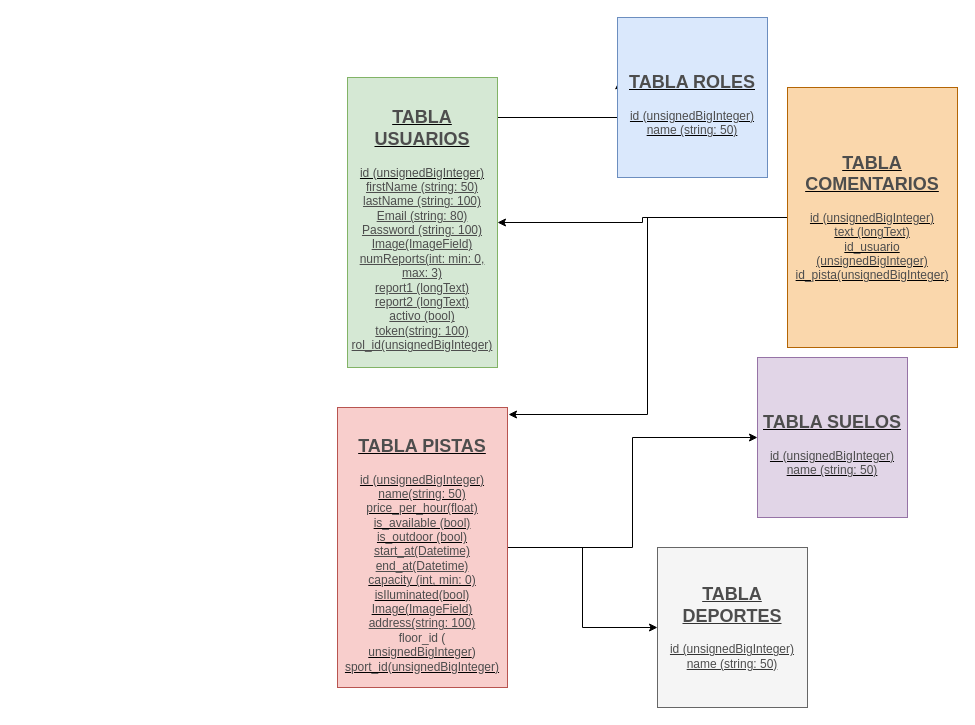
Earlier version of the draw.io diagram GestionPistas BBDD.drawio (jedahee/Laravel-Backend-Final-Project-Degree). Source tidied: cells renumbered, new cells numbered last; positions are measured from the earlier drawing's top-left corner, leaving out a move shared by most shapes. Both pictures are drawn from the tidied source at 100%, with x=0, y=0 at pixel (337, 17).
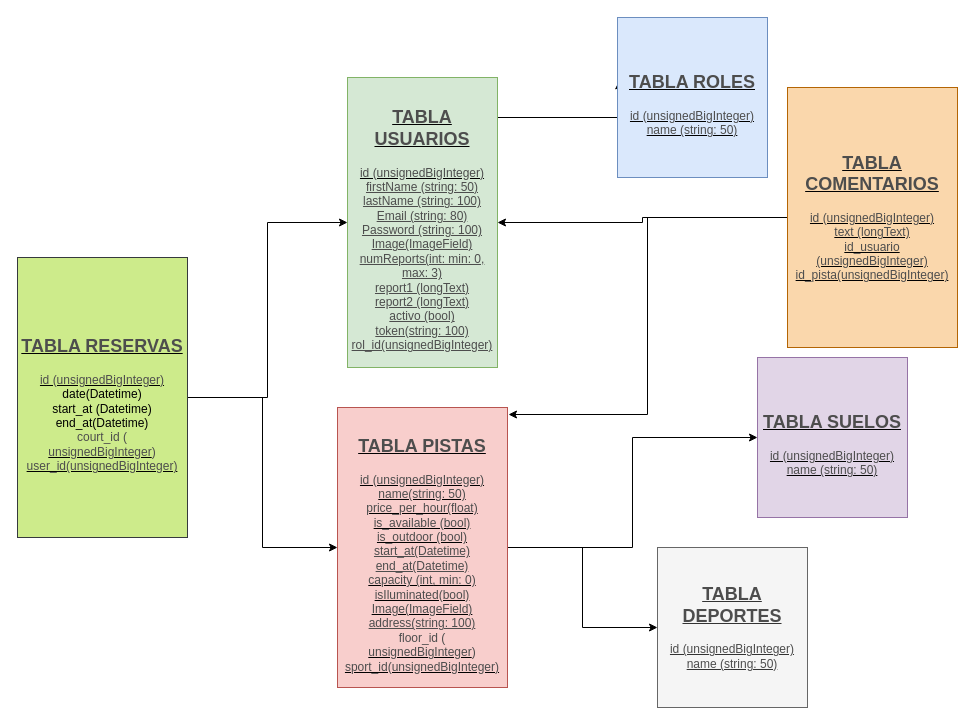
After the change.

What changed in the source:
```diff
@@
 <mxGraphModel>
   <root>
     <mxCell id="0" />
     <mxCell id="1" parent="0" />
     <mxCell id="2" style="edgeStyle=orthogonalEdgeStyle;rounded=0;jettySize=auto;html=1;entryX=0.011;entryY=0.396;entryDx=0;entryDy=0;entryPerimeter=0;fontFamily=Helvetica;fontColor=#4D4D4D;" parent="1" edge="1" source="3" target="5">
       <mxGeometry relative="1" as="geometry">
         <Array as="points">
           <mxPoint x="150" y="100" />
           <mxPoint x="150" y="100" />
         </Array>
       </mxGeometry>
     </mxCell>
     <mxCell id="3" value="&lt;h2&gt;&lt;u&gt;&lt;font color=&quot;#4d4d4d&quot;&gt;TABLA USUARIOS&lt;/font&gt;&lt;/u&gt;&lt;/h2&gt;&lt;div&gt;&lt;u&gt;&lt;font color=&quot;#4d4d4d&quot;&gt;id (unsignedBigInteger)&lt;/font&gt;&lt;/u&gt;&lt;/div&gt;&lt;div&gt;&lt;font color=&quot;#4d4d4d&quot;&gt;&lt;u&gt;firstName (string: 50)&lt;/u&gt;&lt;/font&gt;&lt;/div&gt;&lt;div&gt;&lt;u style=&quot;color: rgb(77 , 77 , 77)&quot;&gt;lastName (string: 100)&lt;/u&gt;&lt;font color=&quot;#4d4d4d&quot;&gt;&lt;u&gt;&lt;br&gt;&lt;/u&gt;&lt;/font&gt;&lt;/div&gt;&lt;div&gt;&lt;u style=&quot;color: rgb(77 , 77 , 77)&quot;&gt;Email (string: 80)&lt;/u&gt;&lt;u style=&quot;color: rgb(77 , 77 , 77)&quot;&gt;&lt;br&gt;&lt;/u&gt;&lt;/div&gt;&lt;div&gt;&lt;u style=&quot;color: rgb(77 , 77 , 77)&quot;&gt;Password (string: 100)&lt;/u&gt;&lt;/div&gt;&lt;div&gt;&lt;u style=&quot;color: rgb(77 , 77 , 77)&quot;&gt;Image(ImageField)&lt;/u&gt;&lt;u style=&quot;color: rgb(77 , 77 , 77)&quot;&gt;&lt;br&gt;&lt;/u&gt;&lt;/div&gt;&lt;div&gt;&lt;u style=&quot;color: rgb(77 , 77 , 77)&quot;&gt;numReports(int: min: 0, max: 3)&lt;/u&gt;&lt;u style=&quot;color: rgb(77 , 77 , 77)&quot;&gt;&lt;br&gt;&lt;/u&gt;&lt;/div&gt;&lt;div&gt;&lt;u style=&quot;color: rgb(77 , 77 , 77)&quot;&gt;report1 (longText)&lt;/u&gt;&lt;u style=&quot;color: rgb(77 , 77 , 77)&quot;&gt;&lt;br&gt;&lt;/u&gt;&lt;/div&gt;&lt;div&gt;&lt;u style=&quot;color: rgb(77 , 77 , 77)&quot;&gt;report2 (longText)&lt;/u&gt;&lt;u style=&quot;color: rgb(77 , 77 , 77)&quot;&gt;&lt;br&gt;&lt;/u&gt;&lt;/div&gt;&lt;div&gt;&lt;u style=&quot;color: rgb(77 , 77 , 77)&quot;&gt;activo (bool)&lt;/u&gt;&lt;/div&gt;&lt;div&gt;&lt;u style=&quot;color: rgb(77 , 77 , 77)&quot;&gt;token(string: 100)&lt;/u&gt;&lt;/div&gt;&lt;div&gt;&lt;u style=&quot;color: rgb(77 , 77 , 77)&quot;&gt;rol_id(unsignedBigInteger)&lt;/u&gt;&lt;/div&gt;" style="rounded=0;whiteSpace=wrap;html=1;fillColor=#d5e8d4;strokeColor=#82b366;strokeWidth=1;perimeterSpacing=0;line-height:30px;" parent="1" vertex="1">
       <mxGeometry x="10" y="60" width="150" height="290" as="geometry" />
     </mxCell>
     <mxCell id="4" value="&lt;h2&gt;&lt;u&gt;&lt;font color=&quot;#4d4d4d&quot;&gt;TABLA SUELOS&lt;/font&gt;&lt;/u&gt;&lt;/h2&gt;&lt;div&gt;&lt;div&gt;&lt;u&gt;&lt;font color=&quot;#4d4d4d&quot;&gt;id (unsignedBigInteger)&lt;/font&gt;&lt;/u&gt;&lt;/div&gt;&lt;/div&gt;&lt;div&gt;&lt;u&gt;&lt;font color=&quot;#4d4d4d&quot;&gt;name (string: 50)&lt;/font&gt;&lt;/u&gt;&lt;u&gt;&lt;font color=&quot;#4d4d4d&quot;&gt;&lt;br&gt;&lt;/font&gt;&lt;/u&gt;&lt;/div&gt;" style="rounded=0;whiteSpace=wrap;html=1;fillColor=#e1d5e7;strokeColor=#9673a6;" parent="1" vertex="1">
       <mxGeometry x="420" y="340" width="150" height="160" as="geometry" />
     </mxCell>
     <mxCell id="5" value="&lt;h2&gt;&lt;u&gt;&lt;font color=&quot;#4d4d4d&quot;&gt;TABLA ROLES&lt;/font&gt;&lt;/u&gt;&lt;/h2&gt;&lt;div&gt;&lt;div&gt;&lt;u&gt;&lt;font color=&quot;#4d4d4d&quot;&gt;id (unsignedBigInteger)&lt;/font&gt;&lt;/u&gt;&lt;/div&gt;&lt;/div&gt;&lt;div&gt;&lt;u&gt;&lt;font color=&quot;#4d4d4d&quot;&gt;name (string: 50)&lt;/font&gt;&lt;/u&gt;&lt;/div&gt;" style="rounded=0;whiteSpace=wrap;html=1;fillColor=#dae8fc;strokeColor=#6c8ebf;" parent="1" vertex="1">
       <mxGeometry x="280" width="150" height="160" as="geometry" />
     </mxCell>
     <mxCell id="6" style="edgeStyle=orthogonalEdgeStyle;rounded=0;jettySize=auto;html=1;fontFamily=Helvetica;fontColor=#4D4D4D;" parent="1" edge="1" source="8" target="4">
       <mxGeometry relative="1" as="geometry" />
     </mxCell>
     <mxCell id="7" style="edgeStyle=orthogonalEdgeStyle;rounded=0;jettySize=auto;html=1;fontFamily=Helvetica;fontColor=#4D4D4D;" parent="1" edge="1" source="8" target="9">
       <mxGeometry relative="1" as="geometry" />
     </mxCell>
     <mxCell id="8" value="&lt;h2&gt;&lt;u&gt;&lt;font color=&quot;#4d4d4d&quot;&gt;TABLA PISTAS&lt;/font&gt;&lt;/u&gt;&lt;/h2&gt;&lt;div&gt;&lt;div&gt;&lt;u&gt;&lt;font color=&quot;#4d4d4d&quot;&gt;id (unsignedBigInteger)&lt;/font&gt;&lt;/u&gt;&lt;/div&gt;&lt;/div&gt;&lt;div&gt;&lt;u&gt;&lt;font color=&quot;#4d4d4d&quot;&gt;name(string: 50)&lt;/font&gt;&lt;/u&gt;&lt;/div&gt;&lt;div&gt;&lt;u&gt;&lt;font color=&quot;#4d4d4d&quot;&gt;price_per_hour(float)&lt;/font&gt;&lt;/u&gt;&lt;/div&gt;&lt;div&gt;&lt;u&gt;&lt;font color=&quot;#4d4d4d&quot;&gt;is_available (bool)&lt;/font&gt;&lt;/u&gt;&lt;/div&gt;&lt;div&gt;&lt;u&gt;&lt;font color=&quot;#4d4d4d&quot;&gt;is_outdoor (bool)&lt;/font&gt;&lt;/u&gt;&lt;/div&gt;&lt;div&gt;&lt;font color=&quot;#4d4d4d&quot;&gt;&lt;u&gt;start_at(Datetime)&lt;/u&gt;&lt;/font&gt;&lt;/div&gt;&lt;div&gt;&lt;u style=&quot;color: rgb(77 , 77 , 77)&quot;&gt;end_at(Datetime)&lt;/u&gt;&lt;font color=&quot;#4d4d4d&quot;&gt;&lt;u&gt;&lt;br&gt;&lt;/u&gt;&lt;/font&gt;&lt;/div&gt;&lt;div&gt;&lt;u&gt;&lt;font color=&quot;#4d4d4d&quot;&gt;capacity (int, min: 0)&lt;/font&gt;&lt;/u&gt;&lt;/div&gt;&lt;div&gt;&lt;u&gt;&lt;font color=&quot;#4d4d4d&quot;&gt;isIluminated(bool)&lt;/font&gt;&lt;/u&gt;&lt;/div&gt;&lt;div&gt;&lt;u&gt;&lt;font color=&quot;#4d4d4d&quot;&gt;Image(ImageField)&lt;/font&gt;&lt;/u&gt;&lt;/div&gt;&lt;div&gt;&lt;font color=&quot;#4d4d4d&quot;&gt;&lt;u&gt;address(string: 100)&lt;/u&gt;&lt;/font&gt;&lt;/div&gt;&lt;div&gt;&lt;font color=&quot;#4d4d4d&quot;&gt;floor_id (&lt;/font&gt;&lt;/div&gt;&lt;u&gt;&lt;font color=&quot;#4d4d4d&quot;&gt;unsignedBigInteger&lt;/font&gt;&lt;/u&gt;&lt;span style=&quot;color: rgb(77 , 77 , 77)&quot;&gt;)&lt;br&gt;&lt;/span&gt;&lt;u&gt;&lt;font color=&quot;#4d4d4d&quot;&gt;sport_id(unsignedBigInteger)&lt;br&gt;&lt;/font&gt;&lt;/u&gt;" style="rounded=0;whiteSpace=wrap;html=1;fillColor=#f8cecc;strokeColor=#b85450;" parent="1" vertex="1">
       <mxGeometry y="390" width="170" height="280" as="geometry" />
     </mxCell>
     <mxCell id="9" value="&lt;h2&gt;&lt;u&gt;&lt;font color=&quot;#4d4d4d&quot;&gt;TABLA DEPORTES&lt;/font&gt;&lt;/u&gt;&lt;/h2&gt;&lt;div&gt;&lt;div&gt;&lt;u&gt;&lt;font color=&quot;#4d4d4d&quot;&gt;id (unsignedBigInteger)&lt;/font&gt;&lt;/u&gt;&lt;/div&gt;&lt;/div&gt;&lt;div&gt;&lt;u&gt;&lt;font color=&quot;#4d4d4d&quot;&gt;name (string: 50)&lt;/font&gt;&lt;/u&gt;&lt;/div&gt;&lt;div&gt;&lt;u&gt;&lt;font color=&quot;#4d4d4d&quot;&gt;&lt;br&gt;&lt;/font&gt;&lt;/u&gt;&lt;/div&gt;" style="rounded=0;whiteSpace=wrap;html=1;fillColor=#f5f5f5;strokeColor=#666666;fontColor=#333333;" parent="1" vertex="1">
       <mxGeometry x="320" y="530" width="150" height="160" as="geometry" />
     </mxCell>
     <mxCell id="10" style="edgeStyle=orthogonalEdgeStyle;rounded=0;jettySize=auto;html=1;fontFamily=Helvetica;fontColor=#4D4D4D;" parent="1" edge="1" source="12" target="3">
       <mxGeometry relative="1" as="geometry" />
     </mxCell>
     <mxCell id="11" style="edgeStyle=orthogonalEdgeStyle;rounded=0;jettySize=auto;html=1;entryX=1.006;entryY=0.025;entryDx=0;entryDy=0;entryPerimeter=0;fontFamily=Helvetica;fontColor=#4D4D4D;" parent="1" edge="1" source="12" target="8">
       <mxGeometry relative="1" as="geometry" />
     </mxCell>
     <mxCell id="12" value="&lt;h2&gt;&lt;u&gt;&lt;font color=&quot;#4d4d4d&quot;&gt;TABLA COMENTARIOS&lt;/font&gt;&lt;/u&gt;&lt;/h2&gt;&lt;div&gt;&lt;u&gt;&lt;font color=&quot;#4d4d4d&quot;&gt;id (unsignedBigInteger)&lt;/font&gt;&lt;/u&gt;&lt;/div&gt;&lt;div&gt;&lt;u&gt;&lt;font color=&quot;#4d4d4d&quot;&gt;text (longText)&lt;/font&gt;&lt;/u&gt;&lt;/div&gt;&lt;div&gt;&lt;u&gt;&lt;font color=&quot;#4d4d4d&quot;&gt;id_usuario (unsignedBigInteger)&lt;/font&gt;&lt;/u&gt;&lt;u&gt;&lt;font color=&quot;#4d4d4d&quot;&gt;&lt;br&gt;&lt;/font&gt;&lt;/u&gt;&lt;/div&gt;&lt;div&gt;&lt;u&gt;&lt;font color=&quot;#4d4d4d&quot;&gt;id_pista(unsignedBigInteger)&lt;/font&gt;&lt;/u&gt;&lt;u&gt;&lt;font color=&quot;#4d4d4d&quot;&gt;&lt;br&gt;&lt;/font&gt;&lt;/u&gt;&lt;/div&gt;&lt;div&gt;&lt;br&gt;&lt;/div&gt;" style="rounded=0;whiteSpace=wrap;html=1;fillColor=#fad7ac;strokeColor=#b46504;strokeWidth=1;perimeterSpacing=0;line-height:30px;" parent="1" vertex="1">
       <mxGeometry x="450" y="70" width="170" height="260" as="geometry" />
     </mxCell>
+    <mxCell id="13" style="edgeStyle=orthogonalEdgeStyle;rounded=0;jettySize=auto;html=1;entryX=0;entryY=0.5;entryDx=0;entryDy=0;fontFamily=Helvetica;fontColor=#4D4D4D;" parent="1" edge="1" source="15" target="3">
+      <mxGeometry relative="1" as="geometry" />
+    </mxCell>
+    <mxCell id="14" style="edgeStyle=orthogonalEdgeStyle;rounded=0;jettySize=auto;html=1;fontFamily=Helvetica;fontColor=#4D4D4D;" parent="1" edge="1" source="15" target="8">
+      <mxGeometry relative="1" as="geometry" />
+    </mxCell>
+    <mxCell id="15" value="&lt;h2&gt;&lt;u&gt;&lt;font color=&quot;#4d4d4d&quot;&gt;TABLA RESERVAS&lt;/font&gt;&lt;/u&gt;&lt;/h2&gt;&lt;div&gt;&lt;div&gt;&lt;u&gt;&lt;font color=&quot;#4d4d4d&quot;&gt;id (unsignedBigInteger)&lt;/font&gt;&lt;/u&gt;&lt;/div&gt;&lt;/div&gt;&lt;div&gt;date(Datetime)&lt;/div&gt;&lt;div&gt;start_at (Datetime)&lt;/div&gt;&lt;div&gt;end_at(Datetime)&lt;/div&gt;&lt;div&gt;&lt;font color=&quot;#4d4d4d&quot;&gt;court_id (&lt;/font&gt;&lt;/div&gt;&lt;u&gt;&lt;font color=&quot;#4d4d4d&quot;&gt;unsignedBigInteger&lt;/font&gt;&lt;/u&gt;&lt;span style=&quot;color: rgb(77 , 77 , 77)&quot;&gt;)&lt;br&gt;&lt;/span&gt;&lt;u&gt;&lt;font color=&quot;#4d4d4d&quot;&gt;user_id(unsignedBigInteger)&lt;br&gt;&lt;/font&gt;&lt;/u&gt;" style="rounded=0;whiteSpace=wrap;html=1;fillColor=#cdeb8b;strokeColor=#36393d;" parent="1" vertex="1">
+      <mxGeometry x="-320" y="240" width="170" height="280" as="geometry" />
+    </mxCell>
   </root>
 </mxGraphModel>
```
